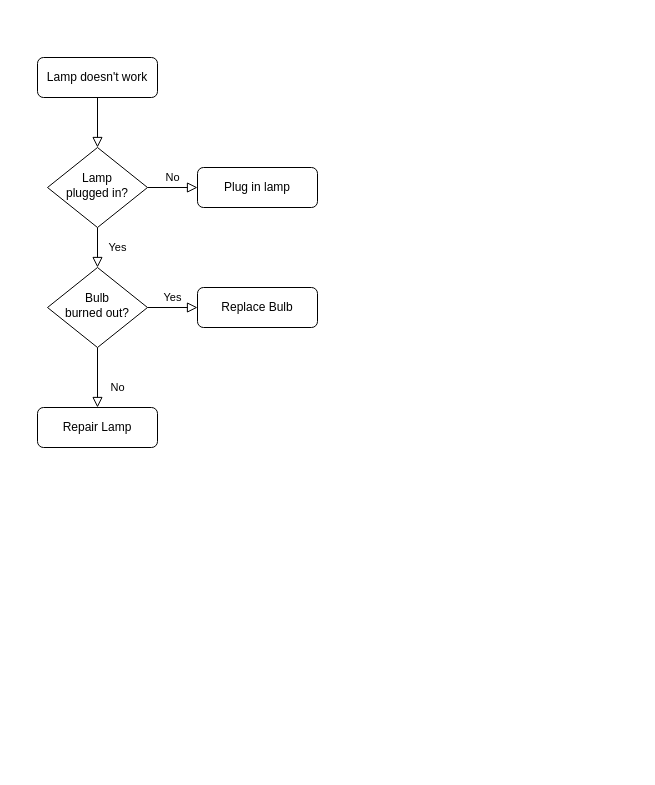
Earlier version of the draw.io diagram Flowchart.drawio (Mellownee/Project1). Source tidied: cells renumbered, new cells numbered last; positions are measured from the earlier drawing's top-left corner, leaving out a move shared by most shapes. Both pictures are drawn from the tidied source at 100%, with x=0, y=0 at pixel (37, 57).
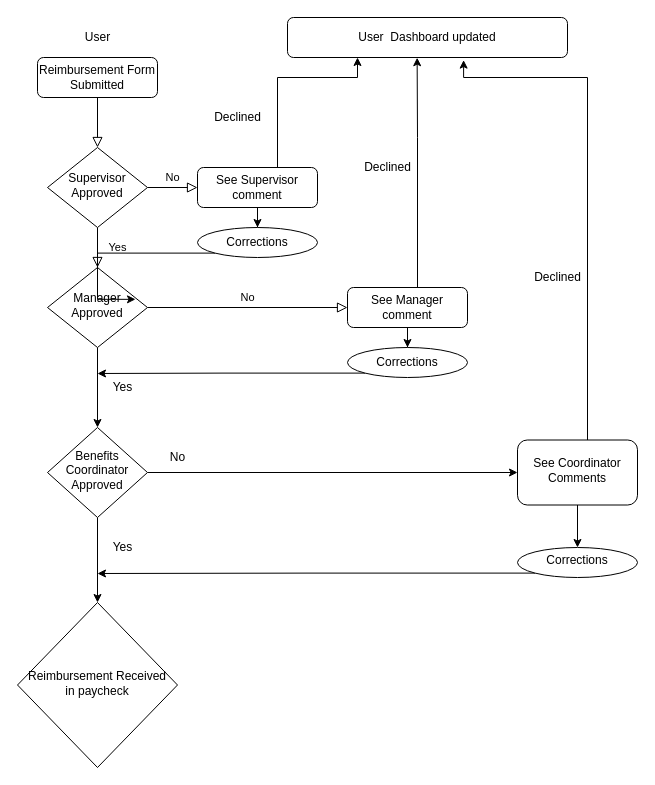
The same page after the edit.

Diff of the diagram source:
```diff
@@
-    <mxCell id="3" value="Lamp doesn't work" style="rounded=1;whiteSpace=wrap;html=1;fontSize=12;glass=0;strokeWidth=1;shadow=0;" parent="1" vertex="1">
+    <mxCell id="3" value="Reimbursement Form Submitted" style="rounded=1;whiteSpace=wrap;html=1;fontSize=12;glass=0;strokeWidth=1;shadow=0;" parent="1" vertex="1">
       <mxGeometry width="120" height="40" as="geometry" />
     </mxCell>
@@
-    <mxCell id="6" value="Lamp&lt;br&gt;plugged in?" style="rhombus;whiteSpace=wrap;html=1;shadow=0;fontFamily=Helvetica;fontSize=12;align=center;strokeWidth=1;spacing=6;spacingTop=-4;" parent="1" vertex="1">
+    <mxCell id="6" value="Supervisor Approved" style="rhombus;whiteSpace=wrap;html=1;shadow=0;fontFamily=Helvetica;fontSize=12;align=center;strokeWidth=1;spacing=6;spacingTop=-4;" parent="1" vertex="1">
       <mxGeometry x="10" y="90" width="100" height="80" as="geometry" />
     </mxCell>
+    <mxCell id="13" style="edgeStyle=orthogonalEdgeStyle;rounded=0;jettySize=auto;html=1;entryX=0.25;entryY=1;entryDx=0;entryDy=0;" parent="1" edge="1" source="7" target="32">
+      <mxGeometry relative="1" as="geometry">
+        <Array as="points">
+          <mxPoint x="240" y="20" />
+          <mxPoint x="320" y="20" />
+        </Array>
+      </mxGeometry>
+    </mxCell>
+    <mxCell id="14" style="edgeStyle=orthogonalEdgeStyle;rounded=0;jettySize=auto;html=1;" parent="1" edge="1" source="7" target="28">
+      <mxGeometry relative="1" as="geometry" />
+    </mxCell>
-    <mxCell id="7" value="Plug in lamp" style="rounded=1;whiteSpace=wrap;html=1;fontSize=12;glass=0;strokeWidth=1;shadow=0;" parent="1" vertex="1">
+    <mxCell id="7" value="See Supervisor comment" style="rounded=1;whiteSpace=wrap;html=1;fontSize=12;glass=0;strokeWidth=1;shadow=0;" parent="1" vertex="1">
       <mxGeometry x="160" y="110" width="120" height="40" as="geometry" />
     </mxCell>
+    <mxCell id="9" value="No" style="edgeStyle=orthogonalEdgeStyle;rounded=0;html=1;jettySize=auto;fontSize=11;endArrow=block;endFill=0;endSize=8;strokeWidth=1;shadow=0;labelBackgroundColor=none;" parent="1" edge="1" source="10" target="12">
+      <mxGeometry y="10" relative="1" as="geometry" />
+    </mxCell>
+    <mxCell id="15" style="edgeStyle=orthogonalEdgeStyle;rounded=0;jettySize=auto;html=1;" parent="1" edge="1" source="10" target="20">
+      <mxGeometry relative="1" as="geometry" />
+    </mxCell>
+    <mxCell id="10" value="Manager Approved" style="rhombus;whiteSpace=wrap;html=1;shadow=0;fontFamily=Helvetica;fontSize=12;align=center;strokeWidth=1;spacing=6;spacingTop=-4;" parent="1" vertex="1">
+      <mxGeometry x="10" y="210" width="100" height="80" as="geometry" />
+    </mxCell>
+    <mxCell id="16" style="edgeStyle=orthogonalEdgeStyle;rounded=0;jettySize=auto;html=1;entryX=0.463;entryY=1.005;entryDx=0;entryDy=0;entryPerimeter=0;" parent="1" edge="1" source="12" target="32">
+      <mxGeometry relative="1" as="geometry">
+        <Array as="points">
+          <mxPoint x="380" y="80" />
+          <mxPoint x="380" y="80" />
+        </Array>
+      </mxGeometry>
+    </mxCell>
+    <mxCell id="17" style="edgeStyle=orthogonalEdgeStyle;rounded=0;jettySize=auto;html=1;" parent="1" edge="1" source="12" target="34">
+      <mxGeometry relative="1" as="geometry" />
+    </mxCell>
+    <mxCell id="12" value="See Manager comment" style="rounded=1;whiteSpace=wrap;html=1;fontSize=12;glass=0;strokeWidth=1;shadow=0;" parent="1" vertex="1">
+      <mxGeometry x="310" y="230" width="120" height="40" as="geometry" />
+    </mxCell>
+    <mxCell id="18" style="edgeStyle=orthogonalEdgeStyle;rounded=0;jettySize=auto;html=1;" parent="1" edge="1" source="20" target="23">
+      <mxGeometry relative="1" as="geometry" />
+    </mxCell>
+    <mxCell id="19" style="edgeStyle=orthogonalEdgeStyle;rounded=0;jettySize=auto;html=1;" parent="1" edge="1" source="20" target="25">
+      <mxGeometry relative="1" as="geometry" />
+    </mxCell>
+    <mxCell id="20" value="Benefits Coordinator Approved" style="rhombus;whiteSpace=wrap;html=1;shadow=0;strokeWidth=1;spacing=6;spacingTop=-4;" parent="1" vertex="1">
+      <mxGeometry x="10" y="370" width="100" height="90" as="geometry" />
+    </mxCell>
+    <mxCell id="21" style="edgeStyle=orthogonalEdgeStyle;rounded=0;jettySize=auto;html=1;entryX=0.629;entryY=1.065;entryDx=0;entryDy=0;entryPerimeter=0;" parent="1" edge="1" source="23" target="32">
+      <mxGeometry relative="1" as="geometry">
+        <Array as="points">
+          <mxPoint x="550" y="20" />
+          <mxPoint x="426" y="20" />
+        </Array>
+      </mxGeometry>
+    </mxCell>
+    <mxCell id="22" style="edgeStyle=orthogonalEdgeStyle;rounded=0;jettySize=auto;html=1;" parent="1" edge="1" source="23" target="36">
+      <mxGeometry relative="1" as="geometry" />
+    </mxCell>
+    <mxCell id="23" value="See Coordinator Comments" style="rounded=1;whiteSpace=wrap;html=1;shadow=0;strokeWidth=1;spacing=6;spacingTop=-4;" parent="1" vertex="1">
+      <mxGeometry x="480" y="382.5" width="120" height="65" as="geometry" />
+    </mxCell>
-    <mxCell id="8" value="No" style="rounded=0;html=1;jettySize=auto;fontSize=11;endArrow=block;endFill=0;endSize=8;strokeWidth=1;shadow=0;labelBackgroundColor=none;edgeStyle=orthogonalEdgeStyle;" parent="1" edge="1" source="10" target="11">
-      <mxGeometry x="0.33" y="20" relative="1" as="geometry" />
+    <mxCell id="8" value="No" style="text;html=1;align=center;verticalAlign=middle;strokeColor=none;fillColor=none;" parent="1" vertex="1">
+      <mxGeometry x="125" y="390" width="30" height="20" as="geometry" />
     </mxCell>
-    <mxCell id="9" value="Yes" style="edgeStyle=orthogonalEdgeStyle;rounded=0;html=1;jettySize=auto;fontSize=11;endArrow=block;endFill=0;endSize=8;strokeWidth=1;shadow=0;labelBackgroundColor=none;" parent="1" edge="1" source="10" target="12">
-      <mxGeometry y="10" relative="1" as="geometry" />
-    </mxCell>
-    <mxCell id="10" value="Bulb&lt;br&gt;burned out?" style="rhombus;whiteSpace=wrap;html=1;shadow=0;fontFamily=Helvetica;fontSize=12;align=center;strokeWidth=1;spacing=6;spacingTop=-4;" parent="1" vertex="1">
-      <mxGeometry x="10" y="210" width="100" height="80" as="geometry" />
-    </mxCell>
-    <mxCell id="11" value="Repair Lamp" style="rounded=1;whiteSpace=wrap;html=1;fontSize=12;glass=0;strokeWidth=1;shadow=0;" parent="1" vertex="1">
-      <mxGeometry y="350" width="120" height="40" as="geometry" />
-    </mxCell>
-    <mxCell id="12" value="Replace Bulb" style="rounded=1;whiteSpace=wrap;html=1;fontSize=12;glass=0;strokeWidth=1;shadow=0;" parent="1" vertex="1">
-      <mxGeometry x="160" y="230" width="120" height="40" as="geometry" />
-    </mxCell>
+    <mxCell id="24" value="Yes" style="text;html=1;align=center;verticalAlign=middle;strokeColor=none;fillColor=none;" parent="1" vertex="1">
+      <mxGeometry x="70" y="320" width="30" height="20" as="geometry" />
+    </mxCell>
+    <mxCell id="25" value="Reimbursement Received in paycheck" style="rhombus;whiteSpace=wrap;html=1;shadow=0;strokeWidth=1;spacing=6;spacingTop=-4;" parent="1" vertex="1">
+      <mxGeometry x="-20" y="545" width="160" height="165" as="geometry" />
+    </mxCell>
+    <mxCell id="26" value="Declined" style="text;html=1;align=center;verticalAlign=middle;strokeColor=none;fillColor=none;" parent="1" vertex="1">
+      <mxGeometry x="170" y="50" width="60" height="20" as="geometry" />
+    </mxCell>
+    <mxCell id="27" style="edgeStyle=orthogonalEdgeStyle;rounded=0;jettySize=auto;html=1;exitX=0;exitY=1;exitDx=0;exitDy=0;entryX=0.88;entryY=0.398;entryDx=0;entryDy=0;entryPerimeter=0;" parent="1" edge="1" source="28" target="10">
+      <mxGeometry relative="1" as="geometry">
+        <Array as="points">
+          <mxPoint x="60" y="196" />
+          <mxPoint x="60" y="242" />
+        </Array>
+      </mxGeometry>
+    </mxCell>
+    <mxCell id="28" value="Corrections" style="ellipse;whiteSpace=wrap;html=1;rounded=1;glass=0;strokeWidth=1;shadow=0;" parent="1" vertex="1">
+      <mxGeometry x="160" y="170" width="120" height="30" as="geometry" />
+    </mxCell>
+    <mxCell id="29" value="Declined" style="text;html=1;align=center;verticalAlign=middle;strokeColor=none;fillColor=none;" parent="1" vertex="1">
+      <mxGeometry x="320" y="100" width="60" height="20" as="geometry" />
+    </mxCell>
+    <mxCell id="30" value="Declined" style="text;html=1;align=center;verticalAlign=middle;strokeColor=none;fillColor=none;" parent="1" vertex="1">
+      <mxGeometry x="490" y="210" width="60" height="20" as="geometry" />
+    </mxCell>
+    <mxCell id="31" value="User" style="text;html=1;align=center;verticalAlign=middle;strokeColor=none;fillColor=none;" parent="1" vertex="1">
+      <mxGeometry x="40" y="-30" width="40" height="20" as="geometry" />
+    </mxCell>
+    <mxCell id="32" value="User&amp;nbsp; Dashboard updated" style="rounded=1;whiteSpace=wrap;html=1;" parent="1" vertex="1">
+      <mxGeometry x="250" y="-40" width="280" height="40" as="geometry" />
+    </mxCell>
+    <mxCell id="33" style="edgeStyle=orthogonalEdgeStyle;rounded=0;jettySize=auto;html=1;exitX=0;exitY=1;exitDx=0;exitDy=0;" parent="1" edge="1" source="34">
+      <mxGeometry relative="1" as="geometry">
+        <mxPoint x="60" y="316" as="targetPoint" />
+      </mxGeometry>
+    </mxCell>
+    <mxCell id="34" value="Corrections" style="ellipse;whiteSpace=wrap;html=1;rounded=1;glass=0;strokeWidth=1;shadow=0;" parent="1" vertex="1">
+      <mxGeometry x="310" y="290" width="120" height="30" as="geometry" />
+    </mxCell>
+    <mxCell id="35" style="edgeStyle=orthogonalEdgeStyle;rounded=0;jettySize=auto;html=1;exitX=0;exitY=1;exitDx=0;exitDy=0;" parent="1" edge="1" source="36">
+      <mxGeometry relative="1" as="geometry">
+        <mxPoint x="60" y="516" as="targetPoint" />
+      </mxGeometry>
+    </mxCell>
+    <mxCell id="36" value="Corrections" style="ellipse;whiteSpace=wrap;html=1;rounded=1;shadow=0;strokeWidth=1;spacing=6;spacingTop=-4;" parent="1" vertex="1">
+      <mxGeometry x="480" y="490" width="120" height="30" as="geometry" />
+    </mxCell>
+    <mxCell id="37" value="Yes" style="text;html=1;align=center;verticalAlign=middle;strokeColor=none;fillColor=none;" parent="1" vertex="1">
+      <mxGeometry x="70" y="480" width="30" height="20" as="geometry" />
+    </mxCell>
```
